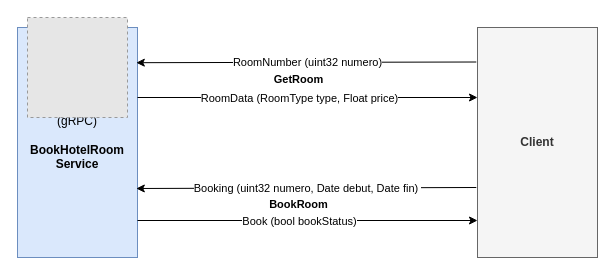
Before: doc/gRPC.drawio in KontainPluton/gRPC-Service, a draw.io diagram. Source tidied: cells renumbered, new cells numbered last; positions are measured from the earlier drawing's top-left corner, leaving out a move shared by most shapes. Both pictures are drawn from the tidied source at 100%, with x=0, y=0 at pixel (17, 17). Pictures stored in the file or linked from it are replaced by grey dashed boxes.
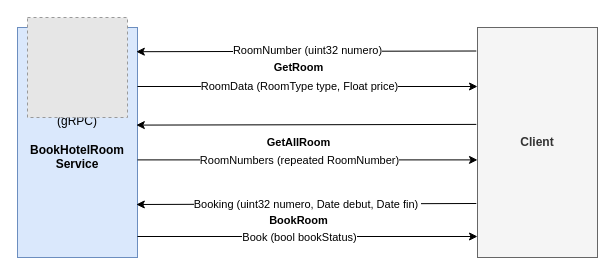
After the change.

The change refers to these unchanged cells:
```xml
<mxCell id="2" value="(gRPC)&lt;br&gt;&lt;br&gt;&lt;b&gt;BookHotelRoom&lt;br&gt;Service&lt;/b&gt;" style="rounded=0;whiteSpace=wrap;html=1;fillColor=#dae8fc;strokeColor=#6c8ebf;" parent="1" vertex="1">
  <mxGeometry y="10" width="120" height="230" as="geometry" />
</mxCell>
<mxCell id="4" value="&lt;b&gt;Client&lt;/b&gt;" style="rounded=0;whiteSpace=wrap;html=1;fillColor=#f5f5f5;fontColor=#333333;strokeColor=#666666;" parent="1" vertex="1">
  <mxGeometry x="460" y="10" width="120" height="230" as="geometry" />
</mxCell>
```

Diff of the diagram source:
```diff
@@
-    <mxCell id="5" style="endArrow=classic;html=1;rounded=0;exitX=-0.01;exitY=0.15;exitDx=0;exitDy=0;exitPerimeter=0;entryX=0.99;entryY=0.153;entryDx=0;entryDy=0;entryPerimeter=0;" parent="1" edge="1" source="4" target="2">
-      <mxGeometry relative="1" as="geometry" />
+    <mxCell id="5" style="endArrow=classic;html=1;rounded=0;exitX=-0.01;exitY=0.15;exitDx=0;exitDy=0;exitPerimeter=0;entryX=0.99;entryY=0.153;entryDx=0;entryDy=0;entryPerimeter=0;" parent="1" edge="1">
+      <mxGeometry relative="1" as="geometry">
+        <mxPoint x="458.8" y="33.5" as="sourcePoint" />
+        <mxPoint x="118.8" y="34.2" as="targetPoint" />
+      </mxGeometry>
     </mxCell>
     <mxCell id="6" value="&lt;b&gt;GetRoom&lt;/b&gt;" style="edgeLabel;html=1;align=center;verticalAlign=middle;" parent="5" vertex="1">
       <mxGeometry x="0.07" y="-1" relative="1" as="geometry">
-        <mxPoint x="4" y="18" as="offset" />
+        <mxPoint x="4" y="17" as="offset" />
       </mxGeometry>
     </mxCell>
     <mxCell id="7" value="RoomNumber (uint32 numero)" style="edgeLabel;html=1;align=center;verticalAlign=middle;" parent="5" vertex="1">
       <mxGeometry x="0.08" relative="1" as="geometry">
-        <mxPoint x="15" as="offset" />
+        <mxPoint x="15" y="-1" as="offset" />
       </mxGeometry>
     </mxCell>
     <mxCell id="8" style="endArrow=classic;html=1;rounded=0;exitX=1;exitY=0.25;exitDx=0;exitDy=0;entryX=0;entryY=0.25;entryDx=0;entryDy=0;" parent="1" edge="1">
       <mxGeometry relative="1" as="geometry">
-        <mxPoint x="120" y="80" as="sourcePoint" />
-        <mxPoint x="460" y="80" as="targetPoint" />
+        <mxPoint x="120" y="69" as="sourcePoint" />
+        <mxPoint x="460" y="69" as="targetPoint" />
       </mxGeometry>
     </mxCell>
     <mxCell id="9" value="RoomData (RoomType type, Float price)" style="edgeLabel;html=1;align=center;verticalAlign=middle;" parent="8" vertex="1">
       <mxGeometry x="0.05" relative="1" as="geometry">
-        <mxPoint x="-18" as="offset" />
+        <mxPoint x="-18" y="-1" as="offset" />
       </mxGeometry>
     </mxCell>
     <mxCell id="10" style="endArrow=classic;html=1;rounded=0;exitX=-0.01;exitY=0.15;exitDx=0;exitDy=0;exitPerimeter=0;entryX=0.99;entryY=0.153;entryDx=0;entryDy=0;entryPerimeter=0;" parent="1" edge="1">
       <mxGeometry relative="1" as="geometry">
-        <mxPoint x="458.8" y="170" as="sourcePoint" />
-        <mxPoint x="118.8" y="171" as="targetPoint" />
+        <mxPoint x="458.8" y="186" as="sourcePoint" />
+        <mxPoint x="118.8" y="187" as="targetPoint" />
       </mxGeometry>
     </mxCell>
@@
     <mxCell id="13" style="endArrow=classic;html=1;rounded=0;exitX=1;exitY=0.25;exitDx=0;exitDy=0;entryX=0;entryY=0.25;entryDx=0;entryDy=0;" parent="1" edge="1">
       <mxGeometry relative="1" as="geometry">
-        <mxPoint x="120" y="203" as="sourcePoint" />
-        <mxPoint x="460" y="203" as="targetPoint" />
+        <mxPoint x="120" y="219" as="sourcePoint" />
+        <mxPoint x="460" y="219" as="targetPoint" />
       </mxGeometry>
     </mxCell>
@@
+    <mxCell id="15" style="endArrow=classic;html=1;rounded=0;exitX=-0.01;exitY=0.15;exitDx=0;exitDy=0;exitPerimeter=0;entryX=0.99;entryY=0.153;entryDx=0;entryDy=0;entryPerimeter=0;" parent="1" edge="1">
+      <mxGeometry relative="1" as="geometry">
+        <mxPoint x="458.8" y="106.9" as="sourcePoint" />
+        <mxPoint x="118.8" y="107.6" as="targetPoint" />
+      </mxGeometry>
+    </mxCell>
+    <mxCell id="16" value="&lt;b&gt;GetAllRoom&lt;/b&gt;" style="edgeLabel;html=1;align=center;verticalAlign=middle;" parent="15" vertex="1">
+      <mxGeometry x="0.07" y="-1" relative="1" as="geometry">
+        <mxPoint x="4" y="18" as="offset" />
+      </mxGeometry>
+    </mxCell>
+    <mxCell id="17" style="endArrow=classic;html=1;rounded=0;exitX=1;exitY=0.25;exitDx=0;exitDy=0;entryX=0;entryY=0.25;entryDx=0;entryDy=0;" parent="1" edge="1">
+      <mxGeometry relative="1" as="geometry">
+        <mxPoint x="120" y="142.4" as="sourcePoint" />
+        <mxPoint x="460" y="142.4" as="targetPoint" />
+      </mxGeometry>
+    </mxCell>
+    <mxCell id="18" value="RoomNumbers (repeated RoomNumber)" style="edgeLabel;html=1;align=center;verticalAlign=middle;" parent="17" vertex="1">
+      <mxGeometry x="0.05" relative="1" as="geometry">
+        <mxPoint x="-18" as="offset" />
+      </mxGeometry>
+    </mxCell>
```
